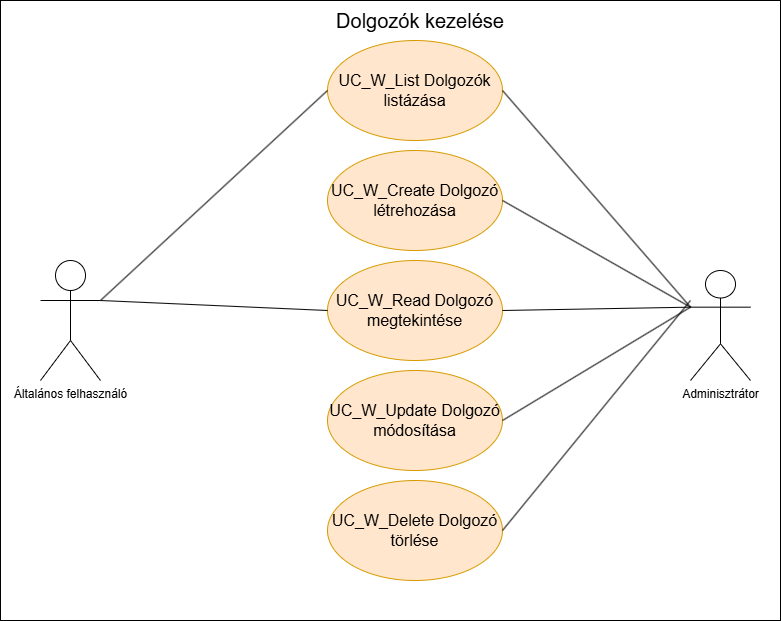
Above: docs/static/UC_diagrams/manageWorkersUseCases.drawio.png in lulwszabolcs/A-PROJEKT (draw.io), before the change. Source tidied: cells renumbered, new cells last; positions are measured from the earlier drawing's top-left corner, leaving out a move shared by most shapes.
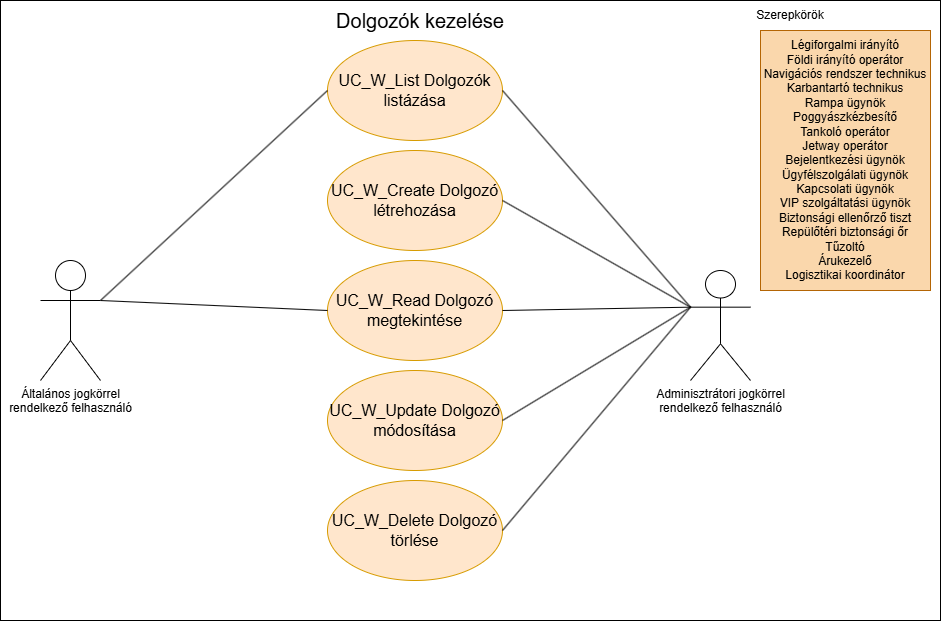
The same file after the commit.

Change to the diagram source:
```diff
@@ -3,7 +3,7 @@
     <mxCell id="0" />
     <mxCell id="1" parent="0" />
     <mxCell id="2" style="rounded=0;whiteSpace=wrap;html=1;" parent="1" vertex="1">
-      <mxGeometry width="780" height="620" as="geometry" />
+      <mxGeometry width="940" height="620" as="geometry" />
     </mxCell>
     <mxCell id="3" value="&lt;font style=&quot;font-size: 20px;&quot;&gt;Dolgozók kezelése&lt;/font&gt;" style="text;html=1;align=center;verticalAlign=middle;whiteSpace=wrap;rounded=0;" parent="1" vertex="1">
       <mxGeometry x="320" width="200" height="40" as="geometry" />
@@ -41,16 +41,20 @@
     <mxCell id="14" style="endArrow=none;html=1;rounded=0;entryX=0;entryY=0.3333333333333333;entryDx=0;entryDy=0;entryPerimeter=0;exitX=1;exitY=0.5;exitDx=0;exitDy=0;" parent="1" edge="1" source="7" target="17">
       <mxGeometry relative="1" as="geometry" />
     </mxCell>
-    <mxCell id="15" style="endArrow=none;html=1;rounded=0;exitX=1;exitY=0.5;exitDx=0;exitDy=0;" parent="1" edge="1" source="8">
-      <mxGeometry relative="1" as="geometry">
-        <mxPoint x="690" y="300" as="targetPoint" />
-      </mxGeometry>
+    <mxCell id="15" style="endArrow=none;html=1;rounded=0;exitX=1;exitY=0.5;exitDx=0;exitDy=0;entryX=0;entryY=0.3333333333333333;entryDx=0;entryDy=0;entryPerimeter=0;" parent="1" edge="1" source="8" target="17">
+      <mxGeometry relative="1" as="geometry" />
     </mxCell>
-    <mxCell id="16" value="Általános felhasználó" style="shape=umlActor;verticalLabelPosition=bottom;verticalAlign=top;html=1;outlineConnect=0;" parent="1" vertex="1">
+    <mxCell id="16" value="Általános jogkörrel&lt;div&gt;rendelkező felhasználó&lt;/div&gt;" style="shape=umlActor;verticalLabelPosition=bottom;verticalAlign=top;html=1;outlineConnect=0;" parent="1" vertex="1">
       <mxGeometry x="40" y="260" width="60" height="120" as="geometry" />
     </mxCell>
-    <mxCell id="17" value="Adminisztrátor" style="shape=umlActor;verticalLabelPosition=bottom;verticalAlign=top;html=1;outlineConnect=0;" parent="1" vertex="1">
+    <mxCell id="17" value="Adminisztrátori jogkörrel&lt;div&gt;rendelkező felhasználó&lt;/div&gt;" style="shape=umlActor;verticalLabelPosition=bottom;verticalAlign=top;html=1;outlineConnect=0;" parent="1" vertex="1">
       <mxGeometry x="690" y="270" width="60" height="110" as="geometry" />
     </mxCell>
+    <mxCell id="18" value="Légiforgalmi irányító&lt;div&gt;Földi irányító operátor&lt;/div&gt;&lt;div&gt;Navigációs rendszer technikus&lt;/div&gt;&lt;div&gt;Karbantartó technikus&lt;/div&gt;&lt;div&gt;Rampa ügynök&lt;/div&gt;&lt;div&gt;Poggyászkézbesítő&lt;/div&gt;&lt;div&gt;Tankoló operátor&lt;/div&gt;&lt;div&gt;Jetway operátor&lt;/div&gt;&lt;div&gt;Bejelentkezési ügynök&lt;/div&gt;&lt;div&gt;Ügyfélszolgálati ügynök&lt;/div&gt;&lt;div&gt;Kapcsolati ügynök&lt;/div&gt;&lt;div&gt;VIP szolgáltatási ügynök&lt;/div&gt;&lt;div&gt;Biztonsági ellenőrző tiszt&lt;/div&gt;&lt;div&gt;Repülőtéri biztonsági őr&lt;/div&gt;&lt;div&gt;Tűzoltó&lt;/div&gt;&lt;div&gt;Árukezelő&lt;/div&gt;&lt;div&gt;Logisztikai koordinátor&lt;/div&gt;" style="rounded=0;whiteSpace=wrap;html=1;fillColor=#fad7ac;strokeColor=#b46504;" parent="1" vertex="1">
+      <mxGeometry x="760" y="30" width="170" height="260" as="geometry" />
+    </mxCell>
+    <mxCell id="19" value="Szerepkörök" style="text;html=1;align=center;verticalAlign=middle;whiteSpace=wrap;rounded=0;" parent="1" vertex="1">
+      <mxGeometry x="760" width="60" height="30" as="geometry" />
+    </mxCell>
   </root>
 </mxGraphModel>
```
